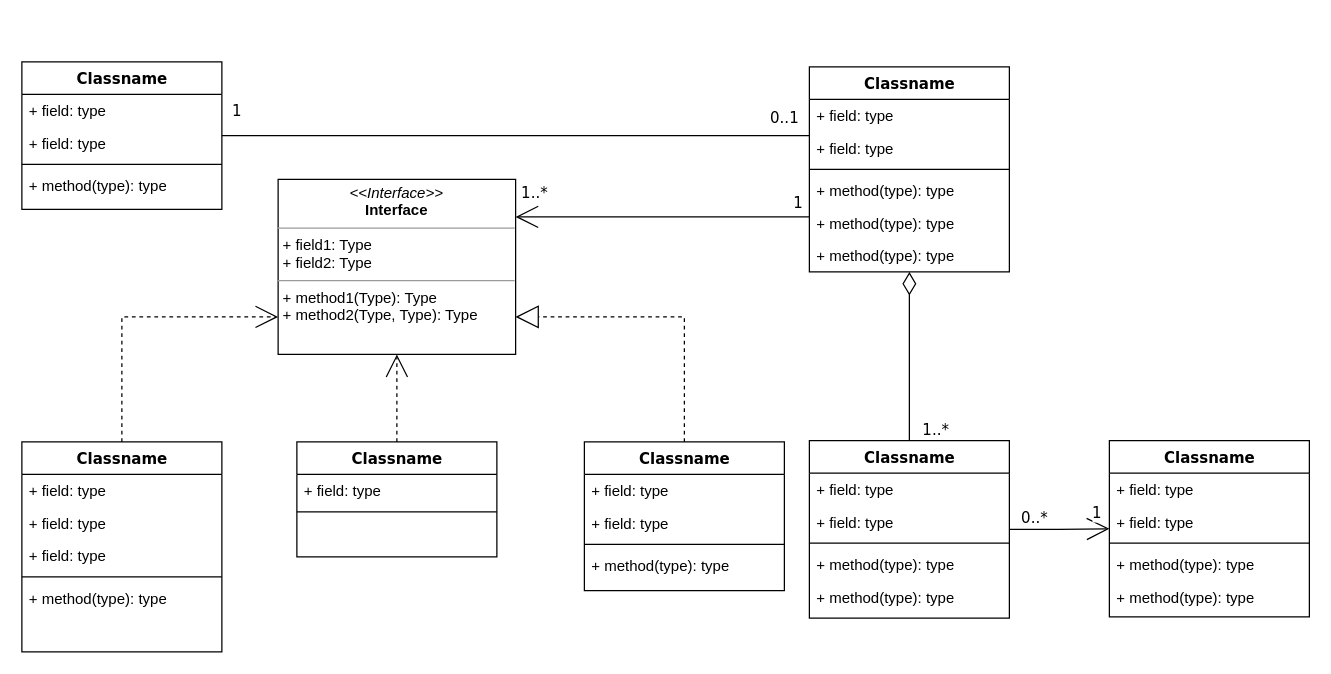
This is 生成凭证.drawio from cgrlancer/draw.io, a draw.io file, before an edit. Source tidied: cells renumbered, new cells numbered last; positions are measured from the earlier drawing's top-left corner, leaving out a move shared by most shapes. Both pictures are drawn from the tidied source at 125%, with x=0, y=0 at pixel (21, 61).
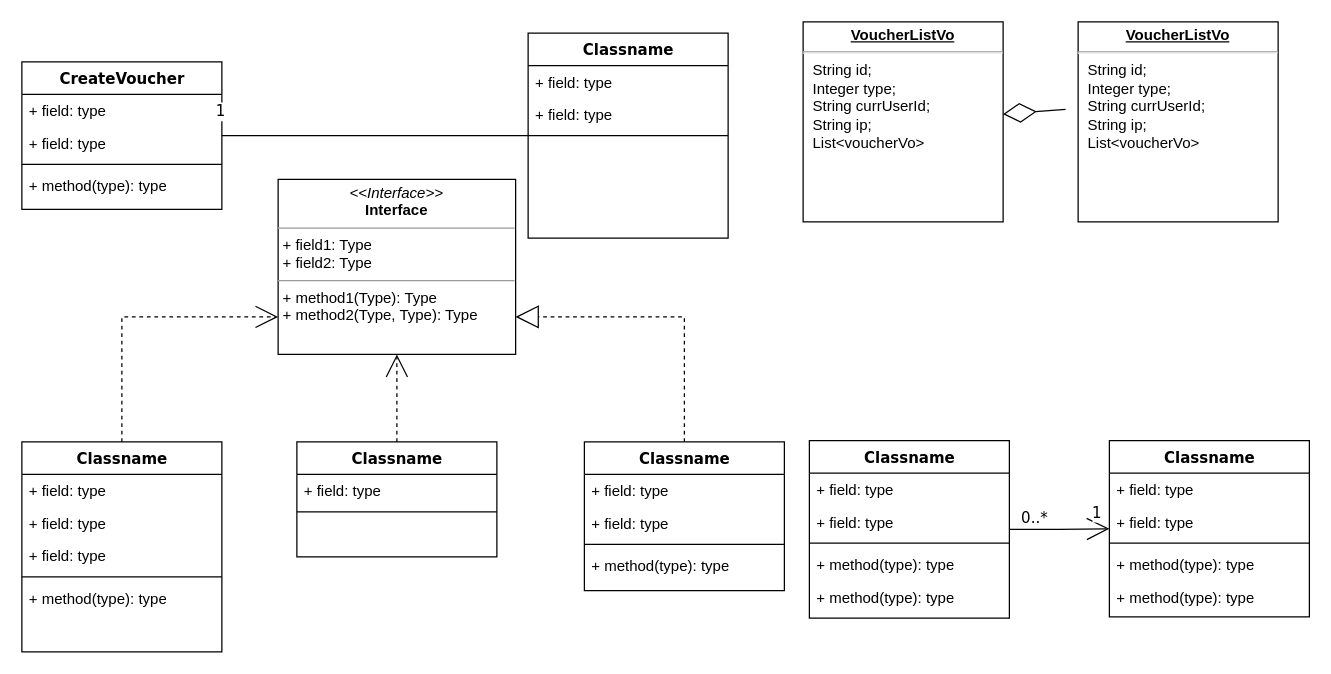
After the change.

Commit message:
更新生成凭证.drawio

Unchanged cells that the change refers to:
```xml
<mxCell id="36" value="Classname" style="swimlane;html=1;fontStyle=1;align=center;verticalAlign=top;horizontal=1;startSize=26;swimlaneFillColor=#ffffff;rounded=0;shadow=0;comic=0;labelBackgroundColor=none;strokeWidth=1;fillColor=none;fontFamily=Verdana;fontSize=12;" parent="1" vertex="1">
  <mxGeometry x="630" y="303" width="160" height="142" as="geometry" />
</mxCell>
<mxCell id="54" value="&lt;p style=&quot;margin:0px;margin-top:4px;text-align:center;&quot;&gt;&lt;i&gt;&amp;lt;&amp;lt;Interface&amp;gt;&amp;gt;&lt;/i&gt;&lt;br/&gt;&lt;b&gt;Interface&lt;/b&gt;&lt;/p&gt;&lt;hr size=&quot;1&quot;/&gt;&lt;p style=&quot;margin:0px;margin-left:4px;&quot;&gt;+ field1: Type&lt;br/&gt;+ field2: Type&lt;/p&gt;&lt;hr size=&quot;1&quot;/&gt;&lt;p style=&quot;margin:0px;margin-left:4px;&quot;&gt;+ method1(Type): Type&lt;br/&gt;+ method2(Type, Type): Type&lt;/p&gt;" style="verticalAlign=top;align=left;overflow=fill;fontSize=12;fontFamily=Helvetica;html=1;rounded=0;shadow=0;comic=0;labelBackgroundColor=none;strokeWidth=1;" parent="1" vertex="1">
  <mxGeometry x="205" y="94" width="190" height="140" as="geometry" />
</mxCell>
```

Change to the diagram source:
```diff
@@
-    <mxCell id="9" value="Classname" style="swimlane;html=1;fontStyle=1;align=center;verticalAlign=top;horizontal=1;startSize=26;swimlaneFillColor=#ffffff;rounded=0;shadow=0;comic=0;labelBackgroundColor=none;strokeWidth=1;fillColor=none;fontFamily=Verdana;fontSize=12;" parent="1" vertex="1">
+    <mxCell id="9" value="CreateVoucher" style="swimlane;html=1;fontStyle=1;align=center;verticalAlign=top;horizontal=1;startSize=26;swimlaneFillColor=#ffffff;rounded=0;shadow=0;comic=0;labelBackgroundColor=none;strokeWidth=1;fillColor=none;fontFamily=Verdana;fontSize=12;" parent="1" vertex="1">
       <mxGeometry width="160" height="118" as="geometry" />
     </mxCell>
@@
-    <mxCell id="14" style="edgeStyle=orthogonalEdgeStyle;rounded=0;html=1;labelBackgroundColor=none;startArrow=none;startFill=0;startSize=8;endArrow=open;endFill=0;endSize=16;fontFamily=Verdana;fontSize=12;" parent="1" edge="1" source="20" target="54">
-      <mxGeometry relative="1" as="geometry">
-        <Array as="points">
-          <mxPoint x="470" y="124" />
-          <mxPoint x="470" y="124" />
-        </Array>
-      </mxGeometry>
-    </mxCell>
-    <mxCell id="15" value="1..*" style="text;html=1;align=center;verticalAlign=middle;labelBackgroundColor=#ffffff;fontSize=12;fontFamily=Verdana;" parent="14" vertex="1">
-      <mxGeometry x="0.86" y="2" relative="1" as="geometry">
-        <mxPoint x="-2" y="-22" as="offset" />
-      </mxGeometry>
-    </mxCell>
-    <mxCell id="16" value="1" style="text;html=1;align=center;verticalAlign=middle;labelBackgroundColor=#ffffff;fontSize=12;fontFamily=Verdana;" parent="14" vertex="1">
-      <mxGeometry x="0.36" y="152" relative="1" as="geometry">
-        <mxPoint x="150" y="-164" as="offset" />
-      </mxGeometry>
-    </mxCell>
@@
     <mxCell id="20" value="Classname" style="swimlane;html=1;fontStyle=1;align=center;verticalAlign=top;horizontal=1;startSize=26;swimlaneFillColor=#ffffff;rounded=0;shadow=0;comic=0;labelBackgroundColor=none;strokeWidth=1;fillColor=none;fontFamily=Verdana;fontSize=12;" parent="1" vertex="1">
-      <mxGeometry x="630" y="4" width="160" height="164" as="geometry" />
+      <mxGeometry x="405" y="-23" width="160" height="164" as="geometry" />
     </mxCell>
@@
-    <mxCell id="24" value="+ method(type): type" style="text;html=1;strokeColor=none;fillColor=none;align=left;verticalAlign=top;spacingLeft=4;spacingRight=4;whiteSpace=wrap;overflow=hidden;" parent="20" vertex="1">
-      <mxGeometry y="86" width="160" height="26" as="geometry" />
-    </mxCell>
-    <mxCell id="25" value="+ method(type): type" style="text;html=1;strokeColor=none;fillColor=none;align=left;verticalAlign=top;spacingLeft=4;spacingRight=4;whiteSpace=wrap;overflow=hidden;" parent="20" vertex="1">
-      <mxGeometry y="112" width="160" height="26" as="geometry" />
-    </mxCell>
-    <mxCell id="26" value="+ method(type): type" style="text;html=1;strokeColor=none;fillColor=none;align=left;verticalAlign=top;spacingLeft=4;spacingRight=4;whiteSpace=wrap;overflow=hidden;" parent="20" vertex="1">
-      <mxGeometry y="138" width="160" height="26" as="geometry" />
-    </mxCell>
@@
-    <mxCell id="31" style="edgeStyle=orthogonalEdgeStyle;rounded=0;html=1;labelBackgroundColor=none;startArrow=none;startFill=0;startSize=8;endArrow=diamondThin;endFill=0;endSize=16;fontFamily=Verdana;fontSize=12;" parent="1" edge="1" source="36" target="20">
-      <mxGeometry relative="1" as="geometry" />
-    </mxCell>
-    <mxCell id="32" value="1..*" style="text;html=1;align=center;verticalAlign=middle;labelBackgroundColor=#ffffff;fontSize=12;fontFamily=Verdana;" parent="31" vertex="1">
-      <mxGeometry x="-0.85" y="-1" relative="1" as="geometry">
-        <mxPoint x="19" y="1" as="offset" />
-      </mxGeometry>
-    </mxCell>
@@
+    <mxCell id="55" value="&lt;p style=&quot;margin:0px;margin-top:4px;text-align:center;text-decoration:underline;&quot;&gt;&lt;b&gt;VoucherListVo&lt;/b&gt;&lt;/p&gt;&lt;hr&gt;&lt;p style=&quot;margin:0px;margin-left:8px;&quot;&gt;String id;&lt;br&gt;Integer type;&lt;/p&gt;&lt;p style=&quot;margin:0px;margin-left:8px;&quot;&gt;String&amp;nbsp;currUserId&lt;span style=&quot;background-color: initial;&quot;&gt;;&lt;/span&gt;&lt;/p&gt;&lt;p style=&quot;margin:0px;margin-left:8px;&quot;&gt;&lt;span style=&quot;background-color: initial;&quot;&gt;String ip;&lt;/span&gt;&lt;/p&gt;&lt;p style=&quot;margin:0px;margin-left:8px;&quot;&gt;&lt;span style=&quot;background-color: initial;&quot;&gt;List&amp;lt;voucherVo&amp;gt;&lt;/span&gt;&lt;/p&gt;&lt;p style=&quot;margin:0px;margin-left:8px;&quot;&gt;&lt;span style=&quot;background-color: initial;&quot;&gt;&lt;br&gt;&lt;/span&gt;&lt;/p&gt;&lt;p style=&quot;margin:0px;margin-left:8px;&quot;&gt;&lt;br&gt;&lt;/p&gt;&lt;p style=&quot;margin:0px;margin-left:8px;&quot;&gt;&lt;br&gt;&lt;/p&gt;" style="verticalAlign=top;align=left;overflow=fill;fontSize=12;fontFamily=Helvetica;html=1;whiteSpace=wrap;" parent="1" vertex="1">
+      <mxGeometry x="625" y="-32" width="160" height="160" as="geometry" />
+    </mxCell>
+    <mxCell id="56" value="&lt;p style=&quot;margin:0px;margin-top:4px;text-align:center;text-decoration:underline;&quot;&gt;&lt;b&gt;VoucherListVo&lt;/b&gt;&lt;/p&gt;&lt;hr&gt;&lt;p style=&quot;margin:0px;margin-left:8px;&quot;&gt;String id;&lt;br&gt;Integer type;&lt;/p&gt;&lt;p style=&quot;margin:0px;margin-left:8px;&quot;&gt;String&amp;nbsp;currUserId&lt;span style=&quot;background-color: initial;&quot;&gt;;&lt;/span&gt;&lt;/p&gt;&lt;p style=&quot;margin:0px;margin-left:8px;&quot;&gt;&lt;span style=&quot;background-color: initial;&quot;&gt;String ip;&lt;/span&gt;&lt;/p&gt;&lt;p style=&quot;margin:0px;margin-left:8px;&quot;&gt;&lt;span style=&quot;background-color: initial;&quot;&gt;List&amp;lt;voucherVo&amp;gt;&lt;/span&gt;&lt;/p&gt;&lt;p style=&quot;margin:0px;margin-left:8px;&quot;&gt;&lt;span style=&quot;background-color: initial;&quot;&gt;&lt;br&gt;&lt;/span&gt;&lt;/p&gt;&lt;p style=&quot;margin:0px;margin-left:8px;&quot;&gt;&lt;br&gt;&lt;/p&gt;&lt;p style=&quot;margin:0px;margin-left:8px;&quot;&gt;&lt;br&gt;&lt;/p&gt;" style="verticalAlign=top;align=left;overflow=fill;fontSize=12;fontFamily=Helvetica;html=1;whiteSpace=wrap;" parent="1" vertex="1">
+      <mxGeometry x="845" y="-32" width="160" height="160" as="geometry" />
+    </mxCell>
+    <mxCell id="57" style="endArrow=diamondThin;endFill=0;endSize=24;html=1;rounded=0;" parent="1" edge="1" target="55">
+      <mxGeometry relative="1" as="geometry">
+        <mxPoint x="835" y="38" as="sourcePoint" />
+      </mxGeometry>
+    </mxCell>
```
